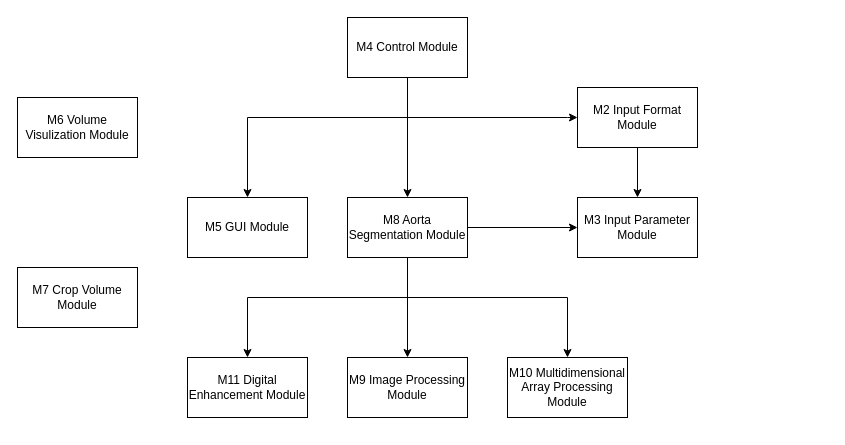
Before: docs/Design/MG/Use Hierarchy.drawio in smiths/aorta, a draw.io diagram. Source tidied: cells renumbered, new cells numbered last; positions are measured from the earlier drawing's top-left corner, leaving out a move shared by most shapes. Both pictures are drawn from the tidied source at 100%, with x=0, y=0 at pixel (17, 17).
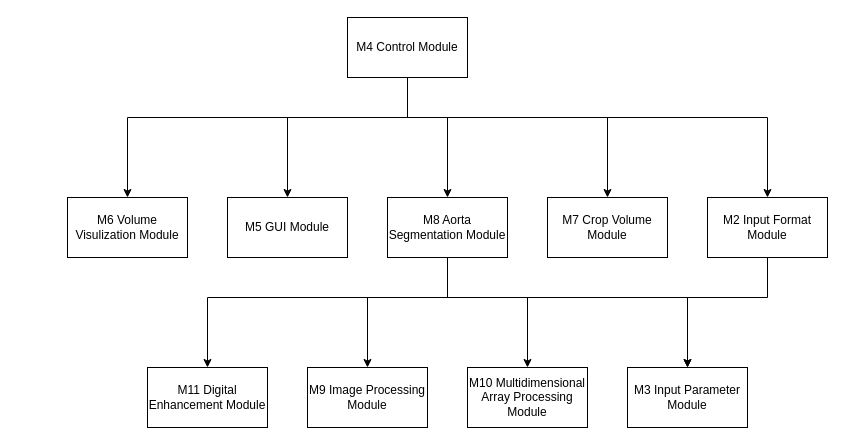
The same page after the edit.

Commit message (it also covers changes not shown here):
Update Use Hierarchy

Unchanged cells that the change refers to:
```xml
<mxCell id="8" value="M4 Control Module" style="rounded=0;whiteSpace=wrap;html=1;" parent="1" vertex="1">
  <mxGeometry x="330" width="120" height="60" as="geometry" />
</mxCell>
```

The edit, as a diff of the source:
```diff
@@
     <mxCell id="2" value="M5 GUI Module" style="rounded=0;whiteSpace=wrap;html=1;" parent="1" vertex="1">
-      <mxGeometry x="170" y="180" width="120" height="60" as="geometry" />
+      <mxGeometry x="210" y="180" width="120" height="60" as="geometry" />
     </mxCell>
-    <mxCell id="3" style="edgeStyle=orthogonalEdgeStyle;rounded=0;jettySize=auto;html=1;" parent="1" edge="1" source="4" target="19">
-      <mxGeometry relative="1" as="geometry" />
+    <mxCell id="3" style="edgeStyle=orthogonalEdgeStyle;rounded=0;jettySize=auto;html=1;exitX=0.5;exitY=1;exitDx=0;exitDy=0;" parent="1" edge="1" source="4" target="19">
+      <mxGeometry relative="1" as="geometry">
+        <Array as="points">
+          <mxPoint x="750" y="280" />
+          <mxPoint x="670" y="280" />
+        </Array>
+      </mxGeometry>
     </mxCell>
     <mxCell id="4" value="M2 Input Format Module" style="rounded=0;whiteSpace=wrap;html=1;" parent="1" vertex="1">
-      <mxGeometry x="560" y="70" width="120" height="60" as="geometry" />
+      <mxGeometry x="690" y="180" width="120" height="60" as="geometry" />
     </mxCell>
-    <mxCell id="5" style="edgeStyle=orthogonalEdgeStyle;rounded=0;jettySize=auto;html=1;" parent="1" edge="1" source="8" target="4">
+    <mxCell id="5" style="edgeStyle=orthogonalEdgeStyle;rounded=0;jettySize=auto;html=1;exitX=0.5;exitY=1;exitDx=0;exitDy=0;entryX=0.5;entryY=0;entryDx=0;entryDy=0;" parent="1" edge="1" source="8" target="4">
       <mxGeometry relative="1" as="geometry">
         <Array as="points">
           <mxPoint x="390" y="100" />
-          <mxPoint x="550" y="100" />
+          <mxPoint x="750" y="100" />
         </Array>
       </mxGeometry>
     </mxCell>
     <mxCell id="6" style="edgeStyle=orthogonalEdgeStyle;rounded=0;jettySize=auto;html=1;" parent="1" edge="1" source="8" target="15">
-      <mxGeometry relative="1" as="geometry" />
+      <mxGeometry relative="1" as="geometry">
+        <Array as="points">
+          <mxPoint x="390" y="100" />
+          <mxPoint x="430" y="100" />
+        </Array>
+      </mxGeometry>
     </mxCell>
     <mxCell id="7" style="edgeStyle=orthogonalEdgeStyle;rounded=0;jettySize=auto;html=1;entryX=0.5;entryY=0;entryDx=0;entryDy=0;" parent="1" edge="1" source="8" target="2">
       <mxGeometry relative="1" as="geometry">
         <Array as="points">
           <mxPoint x="390" y="100" />
-          <mxPoint x="230" y="100" />
+          <mxPoint x="270" y="100" />
         </Array>
       </mxGeometry>
     </mxCell>
+    <mxCell id="20" style="edgeStyle=orthogonalEdgeStyle;rounded=0;jettySize=auto;html=1;entryX=0.5;entryY=0;entryDx=0;entryDy=0;exitX=0.5;exitY=1;exitDx=0;exitDy=0;" parent="1" edge="1" source="8" target="10">
+      <mxGeometry relative="1" as="geometry">
+        <Array as="points">
+          <mxPoint x="390" y="100" />
+          <mxPoint x="590" y="100" />
+        </Array>
+      </mxGeometry>
+    </mxCell>
+    <mxCell id="21" style="edgeStyle=orthogonalEdgeStyle;rounded=0;jettySize=auto;html=1;entryX=0.5;entryY=0;entryDx=0;entryDy=0;" parent="1" edge="1" source="8" target="9">
+      <mxGeometry relative="1" as="geometry">
+        <Array as="points">
+          <mxPoint x="390" y="100" />
+          <mxPoint x="110" y="100" />
+        </Array>
+      </mxGeometry>
+    </mxCell>
@@
     <mxCell id="9" value="M6 Volume Visulization Module" style="rounded=0;whiteSpace=wrap;html=1;" parent="1" vertex="1">
-      <mxGeometry y="80" width="120" height="60" as="geometry" />
+      <mxGeometry x="50" y="180" width="120" height="60" as="geometry" />
     </mxCell>
     <mxCell id="10" value="M7 Crop Volume Module" style="rounded=0;whiteSpace=wrap;html=1;" parent="1" vertex="1">
-      <mxGeometry y="250" width="120" height="60" as="geometry" />
+      <mxGeometry x="530" y="180" width="120" height="60" as="geometry" />
     </mxCell>
     <mxCell id="11" style="edgeStyle=orthogonalEdgeStyle;rounded=0;jettySize=auto;html=1;exitX=0.5;exitY=1;exitDx=0;exitDy=0;" parent="1" edge="1" source="15" target="16">
       <mxGeometry relative="1" as="geometry">
         <Array as="points">
-          <mxPoint x="390" y="280" />
-          <mxPoint x="230" y="280" />
+          <mxPoint x="430" y="280" />
+          <mxPoint x="190" y="280" />
         </Array>
       </mxGeometry>
     </mxCell>
@@
     <mxCell id="13" style="edgeStyle=orthogonalEdgeStyle;rounded=0;jettySize=auto;html=1;exitX=0.5;exitY=1;exitDx=0;exitDy=0;" parent="1" edge="1" source="15" target="18">
       <mxGeometry relative="1" as="geometry">
         <Array as="points">
-          <mxPoint x="390" y="280" />
-          <mxPoint x="550" y="280" />
+          <mxPoint x="430" y="280" />
+          <mxPoint x="510" y="280" />
         </Array>
       </mxGeometry>
     </mxCell>
-    <mxCell id="14" style="edgeStyle=orthogonalEdgeStyle;rounded=0;jettySize=auto;html=1;" parent="1" edge="1" source="15" target="19">
-      <mxGeometry relative="1" as="geometry" />
+    <mxCell id="14" style="edgeStyle=orthogonalEdgeStyle;rounded=0;jettySize=auto;html=1;exitX=0.5;exitY=1;exitDx=0;exitDy=0;" parent="1" edge="1" source="15" target="19">
+      <mxGeometry relative="1" as="geometry">
+        <Array as="points">
+          <mxPoint x="430" y="280" />
+          <mxPoint x="670" y="280" />
+        </Array>
+      </mxGeometry>
     </mxCell>
     <mxCell id="15" value="M8 Aorta Segmentation Module" style="rounded=0;whiteSpace=wrap;html=1;" parent="1" vertex="1">
-      <mxGeometry x="330" y="180" width="120" height="60" as="geometry" />
+      <mxGeometry x="370" y="180" width="120" height="60" as="geometry" />
     </mxCell>
     <mxCell id="16" value="M11 Digital Enhancement Module" style="rounded=0;whiteSpace=wrap;html=1;" parent="1" vertex="1">
-      <mxGeometry x="170" y="340" width="120" height="60" as="geometry" />
+      <mxGeometry x="130" y="350" width="120" height="60" as="geometry" />
     </mxCell>
     <mxCell id="17" value="M9 Image Processing Module" style="rounded=0;whiteSpace=wrap;html=1;" parent="1" vertex="1">
-      <mxGeometry x="330" y="340" width="120" height="60" as="geometry" />
+      <mxGeometry x="290" y="350" width="120" height="60" as="geometry" />
     </mxCell>
     <mxCell id="18" value="M10 Multidimensional Array Processing Module" style="rounded=0;whiteSpace=wrap;html=1;" parent="1" vertex="1">
-      <mxGeometry x="490" y="340" width="120" height="60" as="geometry" />
+      <mxGeometry x="450" y="350" width="120" height="60" as="geometry" />
     </mxCell>
     <mxCell id="19" value="M3 Input Parameter Module" style="rounded=0;whiteSpace=wrap;html=1;" parent="1" vertex="1">
-      <mxGeometry x="560" y="180" width="120" height="60" as="geometry" />
+      <mxGeometry x="610" y="350" width="120" height="60" as="geometry" />
     </mxCell>
```
